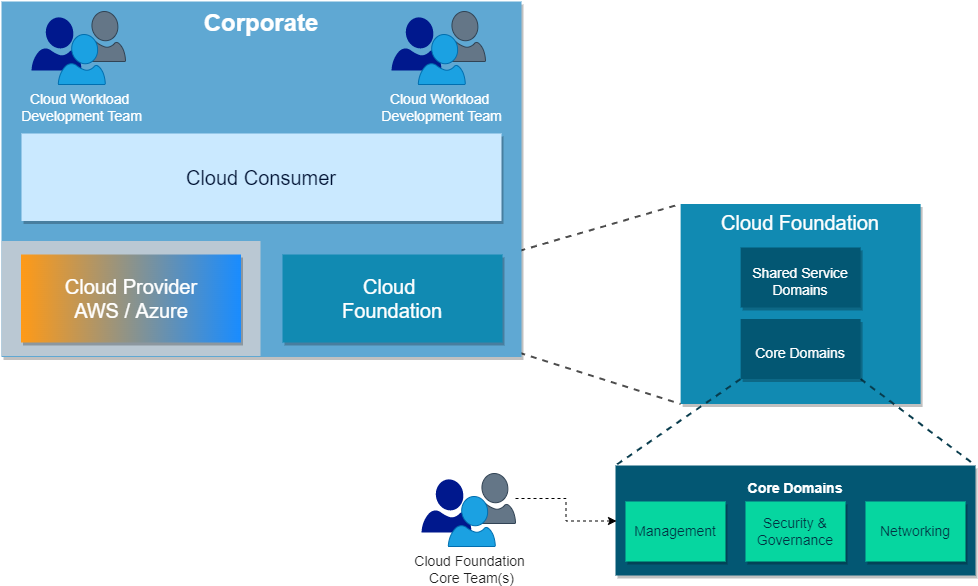
nuvibit/nuvibit.com keeps this draw.io diagram as static/images/blog/aws-multiaccount-reference-architecture/foundation-core-domains.png. Above is the earlier version. Source tidied: cells renumbered, new cells last; positions are measured from the earlier drawing's top-left corner, leaving out a move shared by most shapes.
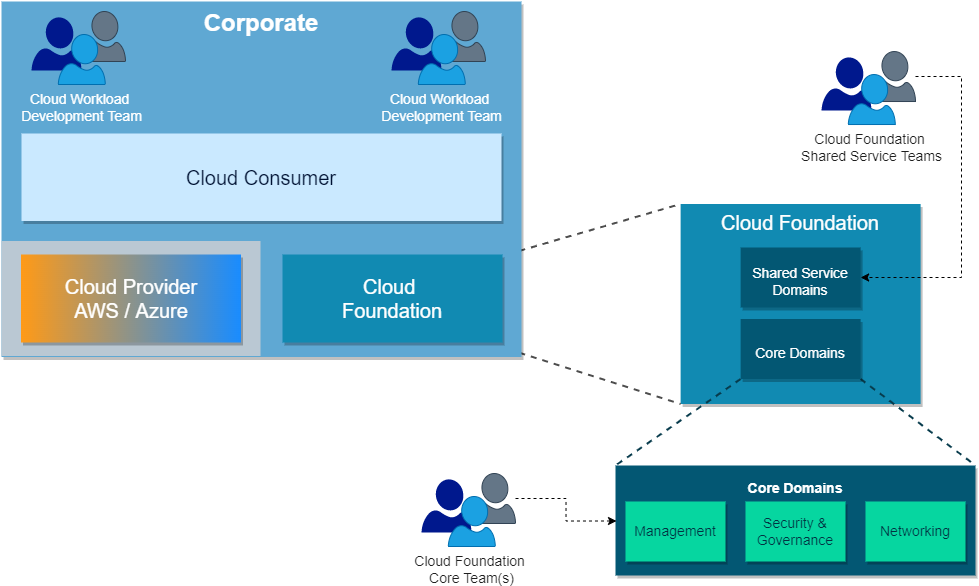
Later version of the same file.

The edit, as a diff of the source:
```diff
@@ -95,5 +95,25 @@
         <mxPoint x="615" y="519.5" as="targetPoint" />
       </mxGeometry>
     </mxCell>
+    <mxCell id="31" style="group;" parent="1" vertex="1">
+      <mxGeometry x="820" y="50" width="94" height="73" as="geometry" />
+    </mxCell>
+    <mxCell id="32" style="sketch=0;shadow=0;dashed=0;html=1;strokeColor=none;labelPosition=center;verticalLabelPosition=bottom;verticalAlign=top;align=center;fillColor=#00188D;shape=mxgraph.azure.user;fontSize=14;" parent="31" vertex="1">
+      <mxGeometry y="5.8" width="50" height="53.2" as="geometry" />
+    </mxCell>
+    <mxCell id="33" style="sketch=0;shadow=0;dashed=0;html=1;strokeColor=#314354;labelPosition=center;verticalLabelPosition=bottom;verticalAlign=top;align=center;fillColor=#647687;shape=mxgraph.azure.user;fontSize=14;fontColor=#ffffff;" parent="31" vertex="1">
+      <mxGeometry x="47" width="47" height="50" as="geometry" />
+    </mxCell>
+    <mxCell id="34" value="Cloud Foundation &lt;br&gt;Shared Service Teams" style="sketch=0;shadow=0;dashed=0;html=1;strokeColor=#006EAF;labelPosition=center;verticalLabelPosition=bottom;verticalAlign=top;align=center;fillColor=#1ba1e2;shape=mxgraph.azure.user;fontSize=14;fontColor=#1F1F1F;" parent="31" vertex="1">
+      <mxGeometry x="26.8" y="23" width="47" height="50" as="geometry" />
+    </mxCell>
+    <mxCell id="35" style="edgeStyle=orthogonalEdgeStyle;rounded=0;jettySize=auto;html=1;fontColor=#1F1F1F;dashed=1;entryX=1;entryY=0.5;entryDx=0;entryDy=0;" parent="1" edge="1" source="33" target="6">
+      <mxGeometry relative="1" as="geometry">
+        <Array as="points">
+          <mxPoint x="960" y="75" />
+          <mxPoint x="960" y="276" />
+        </Array>
+      </mxGeometry>
+    </mxCell>
   </root>
 </mxGraphModel>
```
